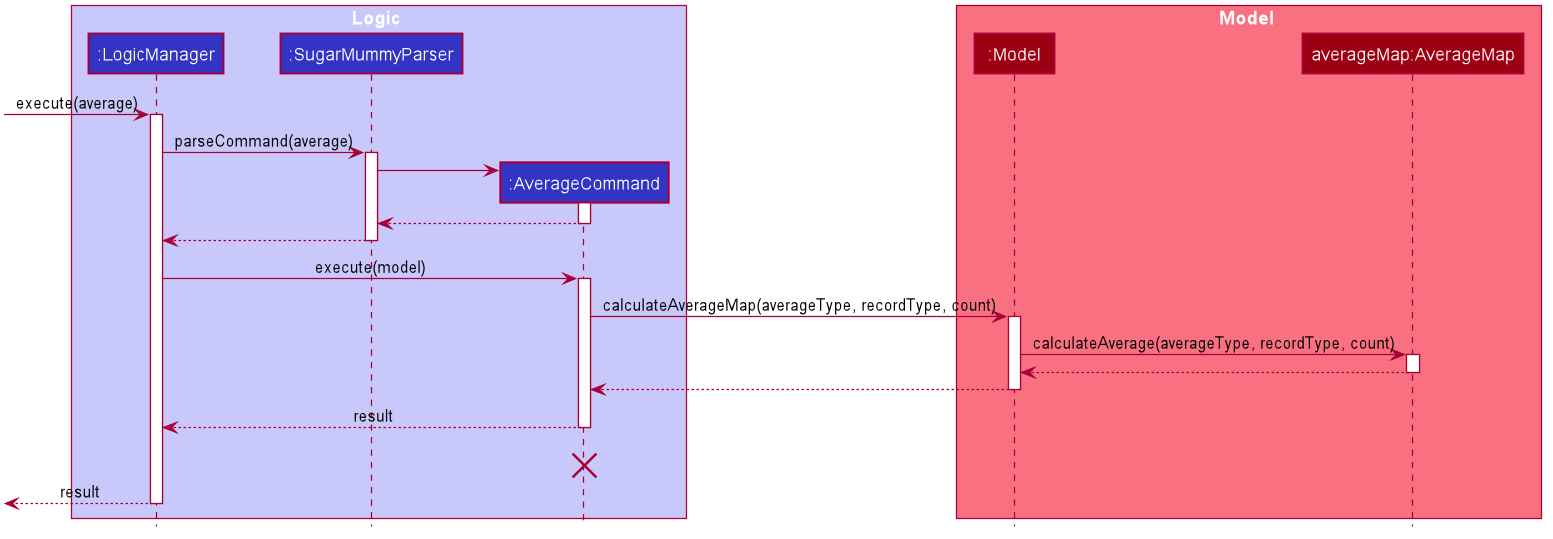
Earlier version of the PlantUML export docs/images/AverageSequenceDiagram.png (nus-cs2103-AY1920S1/addressbook-level3). The source it was exported from:
```plantuml
@startuml








skinparam BackgroundColor #FFFFFFF

skinparam Shadowing false

skinparam Class {
    FontColor #FFFFFF
    BorderThickness 1
    BorderColor #FFFFFF
    StereotypeFontColor #FFFFFF
    FontName Arial
}

skinparam Actor {
    BorderColor #000000
    Color #000000
    FontName Arial
}

skinparam Sequence {
    MessageAlign center
    BoxFontSize 15
    BoxPadding 0
    BoxFontColor #FFFFFF
    FontName Arial
}

skinparam Participant {
    FontColor #FFFFFFF
    Padding 20
}

skinparam MinClassWidth 50
skinparam ParticipantPadding 10
skinparam Shadowing false
skinparam DefaultTextAlignment center
skinparam packageStyle Rectangle

hide footbox
hide members
hide circle

box Logic #C8C8FA
participant ":LogicManager" as LogicManager #3333C4
participant ":SugarMummyParser" as SugarMummyParser #3333C4
participant ":AverageCommand" as AverageCommand #3333C4
end box

box Model #F97181
participant ":Model" as Model #9D0012
participant "averageMap:AverageMap" as AverageMap #9D0012
end box
[-> LogicManager : execute(average)
activate LogicManager

LogicManager -> SugarMummyParser : parseCommand(average)
activate SugarMummyParser

create AverageCommand
SugarMummyParser -> AverageCommand
activate AverageCommand

AverageCommand --> SugarMummyParser
deactivate AverageCommand

SugarMummyParser --> LogicManager
deactivate SugarMummyParser

LogicManager -> AverageCommand : execute(model)
activate AverageCommand

AverageCommand -> Model : calculateAverageMap(averageType, recordType, count)
activate Model

Model -> AverageMap : calculateAverage(averageType, recordType, count)
activate AverageMap

AverageMap --> Model
deactivate AverageMap

Model --> AverageCommand
deactivate Model

AverageCommand --> LogicManager : result
deactivate AverageCommand
AverageCommand -[hidden]-> LogicManager : result
destroy AverageCommand

[<--LogicManager : result
deactivate LogicManager
@enduml
```
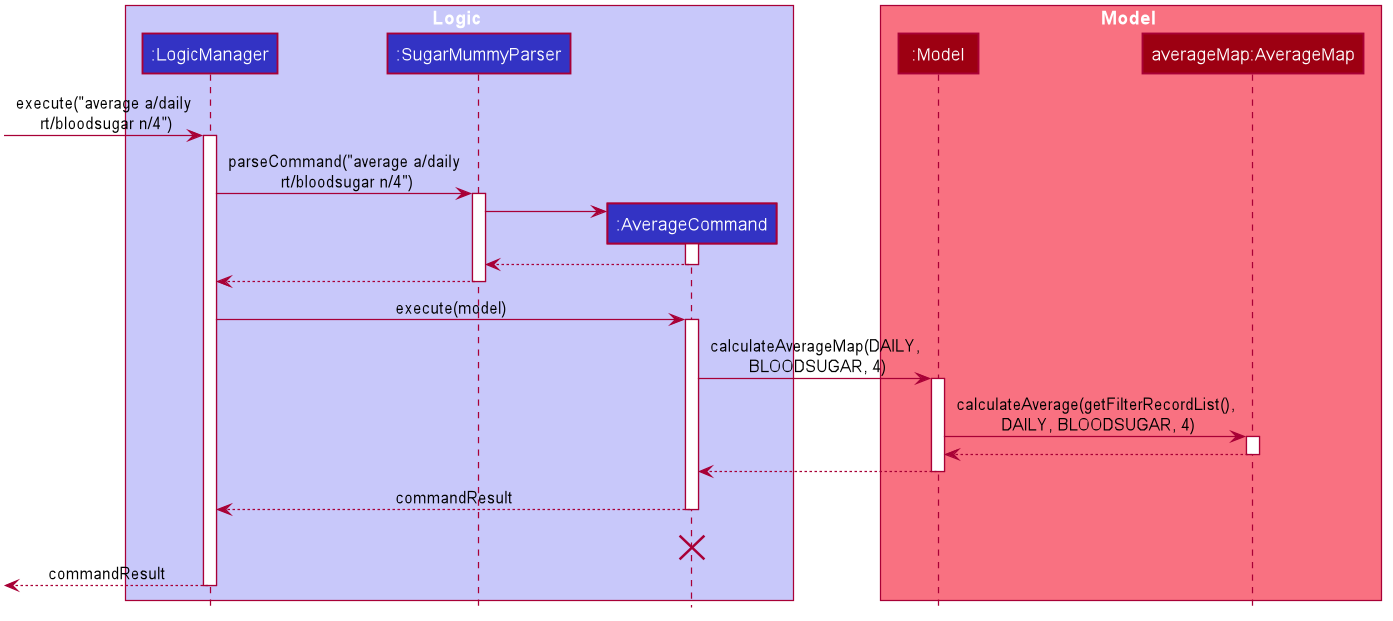
Later version of the same file.

The edit, as a diff of the source:
```diff
@@ -58,10 +58,10 @@
 participant ":Model" as Model #9D0012
 participant "averageMap:AverageMap" as AverageMap #9D0012
 end box
-[-> LogicManager : execute(average)
+[-> LogicManager : execute("average a/daily\n rt/bloodsugar n/4")
 activate LogicManager
 
-LogicManager -> SugarMummyParser : parseCommand(average)
+LogicManager -> SugarMummyParser : parseCommand("average a/daily\n rt/bloodsugar n/4")
 activate SugarMummyParser
 
 create AverageCommand
@@ -77,10 +77,10 @@
 LogicManager -> AverageCommand : execute(model)
 activate AverageCommand
 
-AverageCommand -> Model : calculateAverageMap(averageType, recordType, count)
+AverageCommand -> Model : calculateAverageMap(DAILY,\n BLOODSUGAR, 4)
 activate Model
 
-Model -> AverageMap : calculateAverage(averageType, recordType, count)
+Model -> AverageMap : calculateAverage(getFilterRecordList(),\n DAILY, BLOODSUGAR, 4)
 activate AverageMap
 
 AverageMap --> Model
@@ -89,11 +89,11 @@
 Model --> AverageCommand
 deactivate Model
 
-AverageCommand --> LogicManager : result
+AverageCommand --> LogicManager : commandResult
 deactivate AverageCommand
 AverageCommand -[hidden]-> LogicManager : result
 destroy AverageCommand
 
-[<--LogicManager : result
+[<--LogicManager : commandResult
 deactivate LogicManager
 @enduml
```
